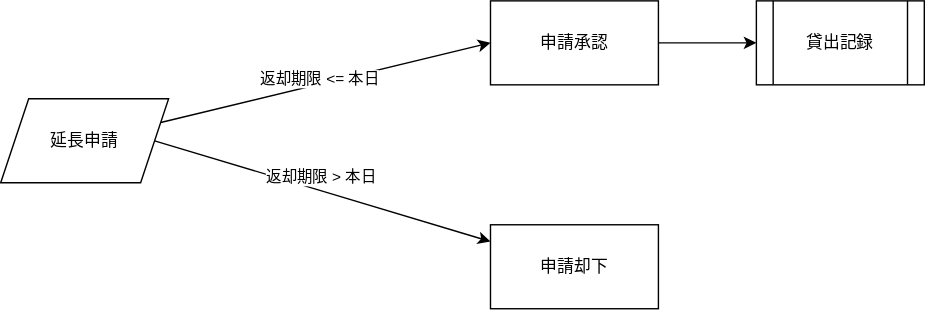
NabeKz/my_nim_app keeps this draw.io diagram as docs/index.drawio.svg. Above is the earlier version. Source tidied: cells renumbered, new cells last; positions are measured from the earlier drawing's top-left corner, leaving out a move shared by most shapes.
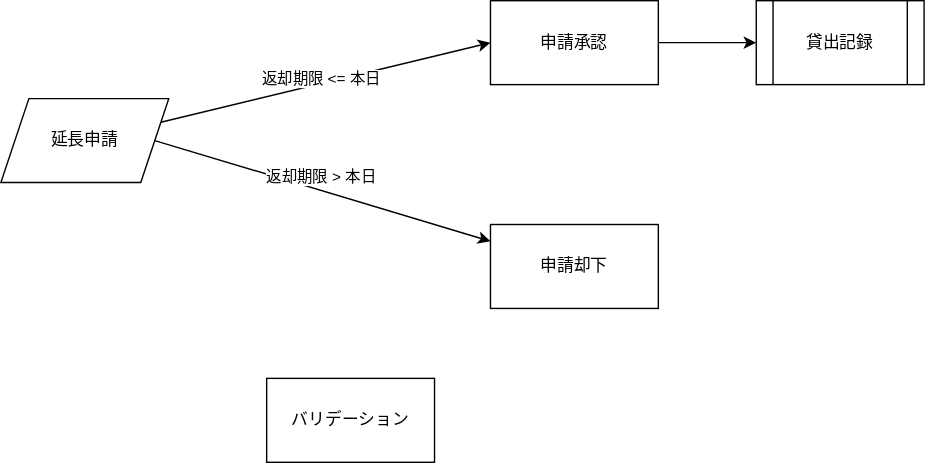
After the change.

The edit, as a diff of the source:
```diff
@@ -31,5 +31,8 @@
     <mxCell id="10" value="貸出記録" style="shape=process;whiteSpace=wrap;html=1;backgroundOutline=1;" parent="1" vertex="1">
       <mxGeometry x="540" width="120" height="60" as="geometry" />
     </mxCell>
+    <mxCell id="11" value="バリデーション" style="rounded=0;whiteSpace=wrap;html=1;" parent="1" vertex="1">
+      <mxGeometry x="190" y="270" width="120" height="60" as="geometry" />
+    </mxCell>
   </root>
 </mxGraphModel>
```
